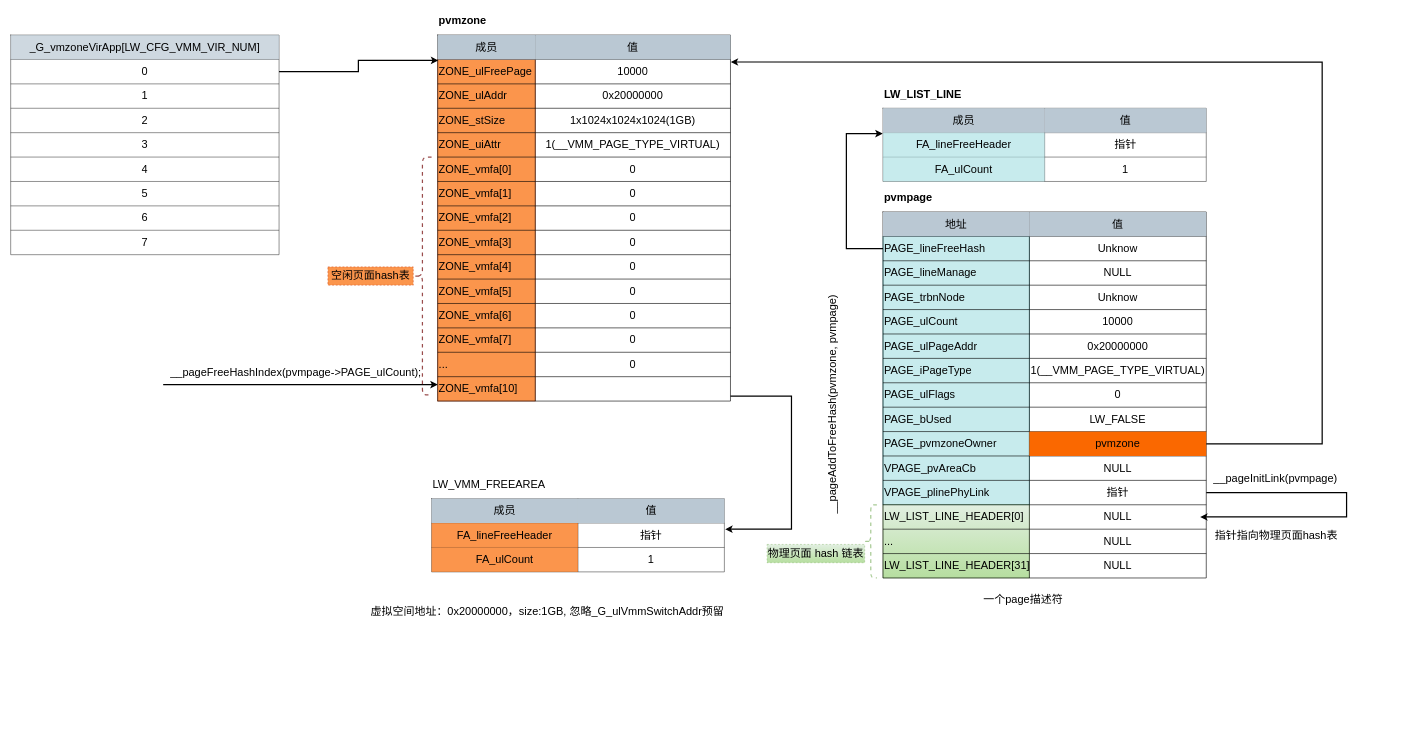
Before: page "__pageZoneCreate" (15 of 15) of draw/mips中断亲和度.drawio in peng-fan/drawio, a draw.io diagram. Source tidied: cells renumbered, new cells numbered last; positions are measured from the earlier drawing's top-left corner, leaving out a move shared by most shapes. Both pictures are drawn from the tidied source at 61%, with x=0, y=0 at pixel (10, 10).
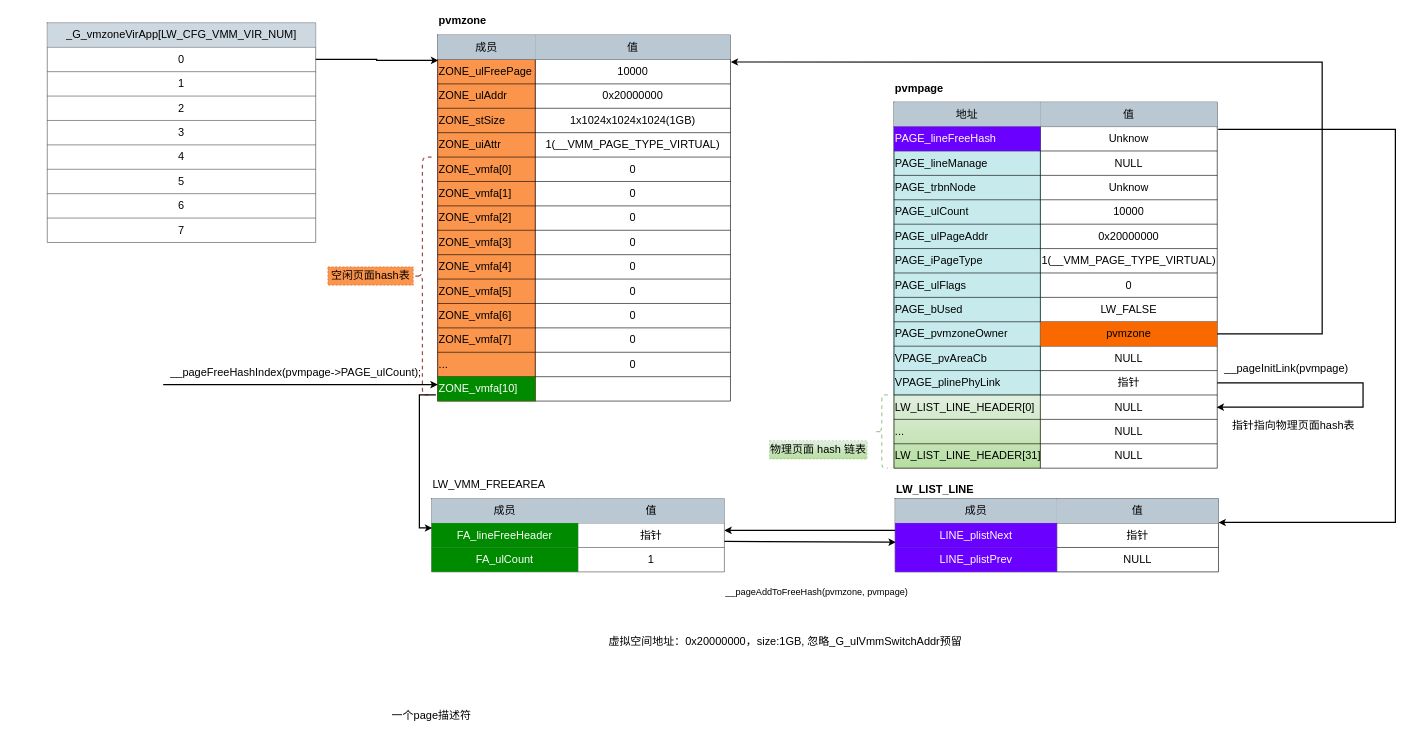
Above is the later version.

Commit message (it also covers changes not shown here):
Update mips中断亲和度.drawio

The change refers to these unchanged cells:
```xml
<mxCell id="8" style="shape=partialRectangle;fillColor=none;top=0;left=0;bottom=0;right=0;points=[[0,0.5],[1,0.5]];portConstraint=eastwest;fontSize=18;strokeColor=default;" parent="4" vertex="1">
  <mxGeometry y="40" width="530" height="40" as="geometry" />
</mxCell>
<mxCell id="32" style="shape=partialRectangle;fillColor=none;top=0;left=0;bottom=0;right=0;points=[[0,0.5],[1,0.5]];portConstraint=eastwest;fontSize=18;strokeColor=default;" parent="4" vertex="1">
  <mxGeometry y="360" width="530" height="40" as="geometry" />
</mxCell>
<mxCell id="38" style="shape=partialRectangle;fillColor=none;top=0;left=0;bottom=0;right=0;points=[[0,0.5],[1,0.5]];portConstraint=eastwest;fontSize=18;strokeColor=default;" parent="4" vertex="1">
  <mxGeometry y="440" width="530" height="40" as="geometry" />
</mxCell>
<mxCell id="76" style="shape=partialRectangle;fillColor=none;top=0;left=0;bottom=0;right=0;points=[[0,0.5],[1,0.5]];portConstraint=eastwest;fontSize=18;strokeColor=default;" parent="72" vertex="1">
  <mxGeometry y="40" width="480" height="40" as="geometry" />
</mxCell>
<mxCell id="115" style="shape=partialRectangle;fillColor=none;top=0;left=0;bottom=0;right=0;fontSize=18;strokeColor=default;" parent="72" vertex="1">
  <mxGeometry y="560" width="480" height="40" as="geometry" />
</mxCell>
<mxCell id="128" style="shape=partialRectangle;fillColor=none;top=0;left=0;bottom=0;right=0;points=[[0,0.5],[1,0.5]];portConstraint=eastwest;fontSize=18;strokeColor=default;align=center;opacity=70;" parent="124" vertex="1">
  <mxGeometry y="40" width="480" height="40" as="geometry" />
</mxCell>
<mxCell id="131" style="shape=partialRectangle;fillColor=none;top=0;left=0;bottom=0;right=0;fontSize=18;strokeColor=default;align=center;opacity=70;" parent="124" vertex="1">
  <mxGeometry y="80" width="480" height="40" as="geometry" />
</mxCell>
<mxCell id="148" style="shape=partialRectangle;fillColor=none;top=0;left=0;bottom=0;right=0;points=[[0,0.5],[1,0.5]];portConstraint=eastwest;fontSize=18;strokeColor=default;align=center;opacity=70;" parent="144" vertex="1">
  <mxGeometry y="40" width="530" height="40" as="geometry" />
</mxCell>
<mxCell id="151" style="shape=partialRectangle;fillColor=none;top=0;left=0;bottom=0;right=0;fontSize=18;strokeColor=default;align=center;opacity=70;" parent="144" vertex="1">
  <mxGeometry y="80" width="530" height="40" as="geometry" />
</mxCell>
```

The edit, as a diff of the source:
```diff
@@
     <mxCell id="2" style="rounded=0;whiteSpace=wrap;html=1;fontSize=18;strokeColor=#0e8088;fillColor=#b0e3e6;align=left;opacity=70;" parent="1" vertex="1">
-      <mxGeometry x="1430" y="370" width="240" height="440" as="geometry" />
+      <mxGeometry x="1448" y="190" width="240" height="440" as="geometry" />
     </mxCell>
     <mxCell id="3" style="rounded=0;whiteSpace=wrap;html=1;fontSize=18;strokeColor=#82b366;fillColor=#d5e8d4;gradientColor=#97d077;align=left;opacity=70;" parent="1" vertex="1">
-      <mxGeometry x="1430" y="810" width="240" height="120" as="geometry" />
+      <mxGeometry x="1448" y="630" width="240" height="120" as="geometry" />
     </mxCell>
     <mxCell id="4" style="shape=table;startSize=0;childLayout=tableLayout;fontSize=18;strokeColor=default;fillColor=none;align=left;" parent="1" vertex="1">
-      <mxGeometry x="1430" y="330" width="530" height="600" as="geometry" />
+      <mxGeometry x="1448" y="150" width="530" height="600" as="geometry" />
     </mxCell>
@@
-    <mxCell id="9" value="PAGE_lineFreeHash" style="shape=partialRectangle;html=1;whiteSpace=wrap;overflow=hidden;fillColor=none;top=0;left=0;bottom=0;right=0;fontSize=18;strokeColor=default;align=left;" parent="8" vertex="1">
+    <mxCell id="9" value="PAGE_lineFreeHash" style="shape=partialRectangle;html=1;whiteSpace=wrap;overflow=hidden;fillColor=#6a00ff;top=0;left=0;bottom=0;right=0;fontSize=18;strokeColor=#3700CC;align=left;fontColor=#ffffff;" parent="8" vertex="1">
       <mxGeometry width="240" height="40" as="geometry" />
     </mxCell>
@@
     <mxCell id="51" value="&lt;b&gt;pvmpage&lt;/b&gt;" style="text;whiteSpace=wrap;html=1;fontSize=18;" parent="1" vertex="1">
-      <mxGeometry x="1430" y="290" width="160" height="40" as="geometry" />
+      <mxGeometry x="1448" y="110" width="160" height="40" as="geometry" />
     </mxCell>
     <mxCell id="52" value="一个page描述符" style="text;html=1;strokeColor=none;fillColor=none;align=center;verticalAlign=middle;whiteSpace=wrap;rounded=0;fontSize=18;opacity=70;" parent="1" vertex="1">
-      <mxGeometry x="1550" y="950" width="220" height="30" as="geometry" />
+      <mxGeometry x="580" y="1140" width="220" height="30" as="geometry" />
     </mxCell>
     <mxCell id="53" style="shape=table;startSize=0;childLayout=tableLayout;fontSize=18;strokeColor=default;fillColor=none;gradientColor=none;align=center;opacity=70;" parent="1" vertex="1">
-      <mxGeometry y="40" width="440" height="360" as="geometry" />
+      <mxGeometry x="60" y="20" width="440" height="360" as="geometry" />
     </mxCell>
@@
-    <mxCell id="116" value="ZONE_vmfa[10]" style="shape=partialRectangle;html=1;whiteSpace=wrap;overflow=hidden;fillColor=none;top=0;left=0;bottom=0;right=0;fontSize=18;strokeColor=default;align=left;" parent="115" vertex="1">
+    <mxCell id="116" value="ZONE_vmfa[10]" style="shape=partialRectangle;html=1;whiteSpace=wrap;overflow=hidden;fillColor=#008a00;top=0;left=0;bottom=0;right=0;fontSize=18;strokeColor=#005700;align=left;fontColor=#ffffff;" parent="115" vertex="1">
       <mxGeometry width="160" height="40" as="geometry" />
     </mxCell>
@@
     <mxCell id="118" value="虚拟空间地址：0x20000000，size:1GB, 忽略_G_ulVmmSwitchAddr预留" style="text;html=1;strokeColor=none;fillColor=none;align=center;verticalAlign=middle;whiteSpace=wrap;rounded=0;fontSize=18;opacity=70;" parent="1" vertex="1">
-      <mxGeometry x="580" y="970" width="600" height="30" as="geometry" />
+      <mxGeometry x="970" y="1020" width="600" height="30" as="geometry" />
     </mxCell>
@@
     <mxCell id="120" style="edgeStyle=orthogonalEdgeStyle;rounded=0;jettySize=auto;html=1;entryX=1.001;entryY=0.104;entryDx=0;entryDy=0;fontSize=18;exitX=1;exitY=0.5;exitDx=0;exitDy=0;entryPerimeter=0;strokeWidth=2;" parent="1" edge="1" source="32" target="76">
       <mxGeometry relative="1" as="geometry">
         <Array as="points">
-          <mxPoint x="2150" y="710" />
+          <mxPoint x="2150" y="530" />
           <mxPoint x="2150" y="84" />
         </Array>
       </mxGeometry>
     </mxCell>
@@
-    <mxCell id="122" style="edgeStyle=orthogonalEdgeStyle;rounded=0;jettySize=auto;html=1;fontSize=18;strokeWidth=2;" parent="1" edge="1" source="38">
+    <mxCell id="122" style="edgeStyle=orthogonalEdgeStyle;rounded=0;jettySize=auto;html=1;fontSize=18;strokeWidth=2;exitX=1;exitY=0.5;exitDx=0;exitDy=0;" parent="1" edge="1" source="38">
       <mxGeometry relative="1" as="geometry">
-        <mxPoint x="1950" y="830" as="targetPoint" />
+        <mxPoint x="1977" y="650" as="targetPoint" />
         <Array as="points">
-          <mxPoint x="2190" y="790" />
-          <mxPoint x="2190" y="830" />
+          <mxPoint x="2217" y="610" />
+          <mxPoint x="2217" y="650" />
         </Array>
       </mxGeometry>
     </mxCell>
     <mxCell id="123" value="指针指向物理页面hash表" style="text;html=1;strokeColor=none;fillColor=none;align=center;verticalAlign=middle;whiteSpace=wrap;rounded=0;fontSize=18;opacity=70;" parent="1" vertex="1">
-      <mxGeometry x="1960" y="845" width="230" height="30" as="geometry" />
+      <mxGeometry x="1988" y="665" width="230" height="30" as="geometry" />
     </mxCell>
@@
-    <mxCell id="129" value="FA_lineFreeHeader" style="shape=partialRectangle;html=1;whiteSpace=wrap;overflow=hidden;fillColor=#fa6800;top=0;left=0;bottom=0;right=0;fontSize=18;strokeColor=#C73500;align=center;opacity=70;fontColor=#000000;" parent="128" vertex="1">
+    <mxCell id="129" value="FA_lineFreeHeader" style="shape=partialRectangle;html=1;whiteSpace=wrap;overflow=hidden;fillColor=#008a00;top=0;left=0;bottom=0;right=0;fontSize=18;strokeColor=#005700;align=center;fontColor=#ffffff;" parent="128" vertex="1">
       <mxGeometry width="240" height="40" as="geometry" />
     </mxCell>
@@
-    <mxCell id="132" value="FA_ulCount" style="shape=partialRectangle;html=1;whiteSpace=wrap;overflow=hidden;fillColor=#fa6800;top=0;left=0;bottom=0;right=0;fontSize=18;strokeColor=#C73500;align=center;opacity=70;fontColor=#000000;" parent="131" vertex="1">
+    <mxCell id="132" value="FA_ulCount" style="shape=partialRectangle;html=1;whiteSpace=wrap;overflow=hidden;fillColor=#008a00;top=0;left=0;bottom=0;right=0;fontSize=18;strokeColor=#005700;align=center;fontColor=#ffffff;" parent="131" vertex="1">
       <mxGeometry width="240" height="40" as="geometry" />
     </mxCell>
@@
-    <mxCell id="135" style="edgeStyle=orthogonalEdgeStyle;rounded=0;orthogonalLoop=1;jettySize=auto;html=1;entryX=1.003;entryY=-0.05;entryDx=0;entryDy=0;entryPerimeter=0;fontSize=18;strokeWidth=2;" parent="1" edge="1">
+    <mxCell id="135" style="edgeStyle=orthogonalEdgeStyle;rounded=0;orthogonalLoop=1;jettySize=auto;html=1;fontSize=18;strokeWidth=2;" parent="1" edge="1">
       <mxGeometry relative="1" as="geometry">
-        <mxPoint x="1180" y="632" as="sourcePoint" />
-        <mxPoint x="1171.4" y="850" as="targetPoint" />
+        <mxPoint x="697" y="630" as="sourcePoint" />
+        <mxPoint x="691" y="848" as="targetPoint" />
         <Array as="points">
-          <mxPoint x="1280" y="632" />
-          <mxPoint x="1280" y="850" />
+          <mxPoint x="670" y="630" />
+          <mxPoint x="670" y="848" />
         </Array>
       </mxGeometry>
     </mxCell>
@@
     <mxCell id="138" value="__pageInitLink(pvmpage)" style="text;whiteSpace=wrap;html=1;fontSize=18;" parent="1" vertex="1">
-      <mxGeometry x="1970" y="750" width="230" height="40" as="geometry" />
+      <mxGeometry x="1988" y="570" width="230" height="40" as="geometry" />
     </mxCell>
-    <mxCell id="139" value="__pageAddToFreeHash(pvmzone, pvmpage)" style="text;whiteSpace=wrap;html=1;fontSize=18;rotation=-90;" parent="1" vertex="1">
-      <mxGeometry x="1160" y="617" width="380" height="40" as="geometry" />
+    <mxCell id="139" value="&lt;font style=&quot;font-size: 15px&quot;&gt;__pageAddToFreeHash(pvmzone, pvmpage)&lt;/font&gt;" style="text;whiteSpace=wrap;html=1;fontSize=18;rotation=0;" parent="1" vertex="1">
+      <mxGeometry x="1170" y="935" width="380" height="40" as="geometry" />
     </mxCell>
@@
     <mxCell id="142" style="shape=curlyBracket;whiteSpace=wrap;html=1;rounded=1;dashed=1;fontSize=18;strokeColor=#82b366;strokeWidth=2;fillColor=#d5e8d4;align=center;opacity=70;size=0.5;" parent="1" vertex="1">
-      <mxGeometry x="1400" y="810" width="20" height="120" as="geometry" />
+      <mxGeometry x="1418" y="630" width="20" height="120" as="geometry" />
     </mxCell>
     <mxCell id="143" value="物理页面 hash 链表" style="text;html=1;strokeColor=#82b366;fillColor=#d5e8d4;align=center;verticalAlign=middle;whiteSpace=wrap;rounded=0;dashed=1;fontSize=18;opacity=70;gradientColor=#97d077;" parent="1" vertex="1">
-      <mxGeometry x="1240" y="875" width="160" height="30" as="geometry" />
+      <mxGeometry x="1244" y="705" width="160" height="30" as="geometry" />
     </mxCell>
-    <mxCell id="144" style="shape=table;startSize=0;childLayout=tableLayout;fontSize=18;strokeColor=default;fillColor=none;gradientColor=none;align=center;opacity=70;" parent="1" vertex="1">
-      <mxGeometry x="1430" y="160" width="530" height="120" as="geometry" />
+    <mxCell id="144" style="shape=table;startSize=0;childLayout=tableLayout;fontSize=18;strokeColor=default;fillColor=none;gradientColor=none;align=center;" parent="1" vertex="1">
+      <mxGeometry x="1450" y="800" width="530" height="120" as="geometry" />
     </mxCell>
@@
-    <mxCell id="149" value="FA_lineFreeHeader" style="shape=partialRectangle;html=1;whiteSpace=wrap;overflow=hidden;fillColor=#b0e3e6;top=0;left=0;bottom=0;right=0;fontSize=18;strokeColor=#0e8088;align=center;opacity=70;" parent="148" vertex="1">
+    <mxCell id="149" value="LINE_plistNext" style="shape=partialRectangle;html=1;whiteSpace=wrap;overflow=hidden;fillColor=#6a00ff;top=0;left=0;bottom=0;right=0;fontSize=18;strokeColor=#3700CC;align=center;fontColor=#ffffff;" parent="148" vertex="1">
       <mxGeometry width="265" height="40" as="geometry" />
     </mxCell>
@@
-    <mxCell id="152" value="FA_ulCount" style="shape=partialRectangle;html=1;whiteSpace=wrap;overflow=hidden;fillColor=#b0e3e6;top=0;left=0;bottom=0;right=0;fontSize=18;strokeColor=#0e8088;align=center;opacity=70;" parent="151" vertex="1">
+    <mxCell id="152" value="LINE_plistPrev" style="shape=partialRectangle;html=1;whiteSpace=wrap;overflow=hidden;fillColor=#6a00ff;top=0;left=0;bottom=0;right=0;fontSize=18;strokeColor=#3700CC;align=center;fontColor=#ffffff;" parent="151" vertex="1">
       <mxGeometry width="265" height="40" as="geometry" />
     </mxCell>
-    <mxCell id="153" value="1" style="shape=partialRectangle;html=1;whiteSpace=wrap;overflow=hidden;fillColor=none;top=0;left=0;bottom=0;right=0;fontSize=18;strokeColor=default;align=center;opacity=70;" parent="151" vertex="1">
+    <mxCell id="153" value="NULL" style="shape=partialRectangle;html=1;whiteSpace=wrap;overflow=hidden;fillColor=none;top=0;left=0;bottom=0;right=0;fontSize=18;strokeColor=default;align=center;opacity=70;" parent="151" vertex="1">
       <mxGeometry x="265" width="265" height="40" as="geometry" />
     </mxCell>
     <mxCell id="154" value="&lt;b&gt;LW_LIST_LINE&lt;/b&gt;" style="text;whiteSpace=wrap;html=1;fontSize=18;" parent="1" vertex="1">
-      <mxGeometry x="1430" y="120" width="210" height="40" as="geometry" />
+      <mxGeometry x="1450" y="769" width="210" height="40" as="geometry" />
     </mxCell>
-    <mxCell id="155" style="edgeStyle=elbowEdgeStyle;elbow=horizontal;endArrow=classic;html=1;rounded=0;fontSize=18;strokeWidth=2;exitX=0;exitY=0.5;exitDx=0;exitDy=0;entryX=-0.001;entryY=0.038;entryDx=0;entryDy=0;entryPerimeter=0;" parent="1" edge="1" source="8" target="148">
-      <mxGeometry relative="1" as="geometry">
-        <Array as="points">
-          <mxPoint x="1370" y="290" />
-        </Array>
-      </mxGeometry>
-    </mxCell>
+    <mxCell id="156" style="edgeStyle=elbowEdgeStyle;elbow=horizontal;endArrow=classic;html=1;rounded=0;fontSize=18;strokeWidth=2;exitX=1.003;exitY=0.117;exitDx=0;exitDy=0;exitPerimeter=0;" parent="1" edge="1" source="8">
+      <mxGeometry relative="1" as="geometry">
+        <mxPoint x="1980" y="839" as="targetPoint" />
+        <Array as="points">
+          <mxPoint x="2270" y="520" />
+          <mxPoint x="2380" y="540" />
+        </Array>
+      </mxGeometry>
+    </mxCell>
+    <mxCell id="157" style="edgeStyle=orthogonalEdgeStyle;rounded=0;orthogonalLoop=1;jettySize=auto;html=1;exitX=0;exitY=0.5;exitDx=0;exitDy=0;entryX=1;entryY=0.5;entryDx=0;entryDy=0;fontSize=18;strokeWidth=2;" parent="1" edge="1">
+      <mxGeometry relative="1" as="geometry">
+        <mxPoint x="1450" y="852" as="sourcePoint" />
+        <mxPoint x="1170" y="852" as="targetPoint" />
+      </mxGeometry>
+    </mxCell>
+    <mxCell id="158" style="endArrow=classic;html=1;rounded=0;fontSize=18;strokeWidth=2;exitX=1;exitY=0.751;exitDx=0;exitDy=0;exitPerimeter=0;entryX=0.002;entryY=0.781;entryDx=0;entryDy=0;entryPerimeter=0;" parent="1" edge="1" source="128" target="148">
+      <mxGeometry relative="1" as="geometry" />
+    </mxCell>
```
